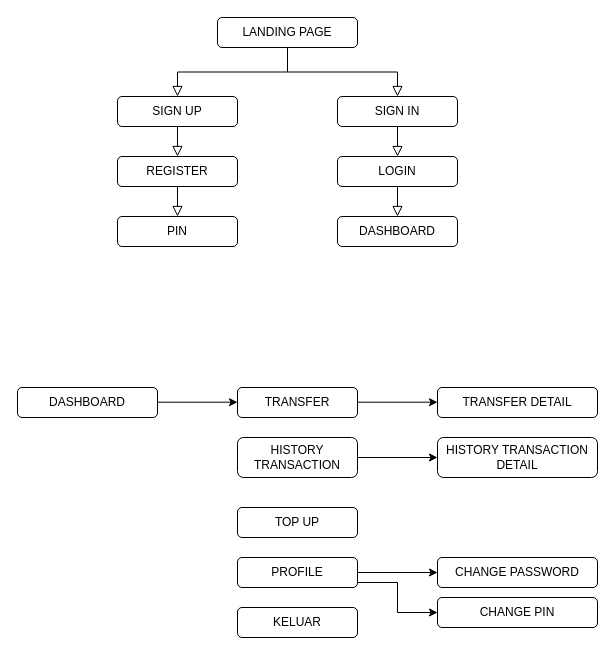
Before: Diagram Tanpa Judul.drawio in yusufbahtiarr/ystudio, a draw.io diagram. Source tidied: cells renumbered, new cells numbered last; positions are measured from the earlier drawing's top-left corner, leaving out a move shared by most shapes. Both pictures are drawn from the tidied source at 100%, with x=0, y=0 at pixel (17, 17).
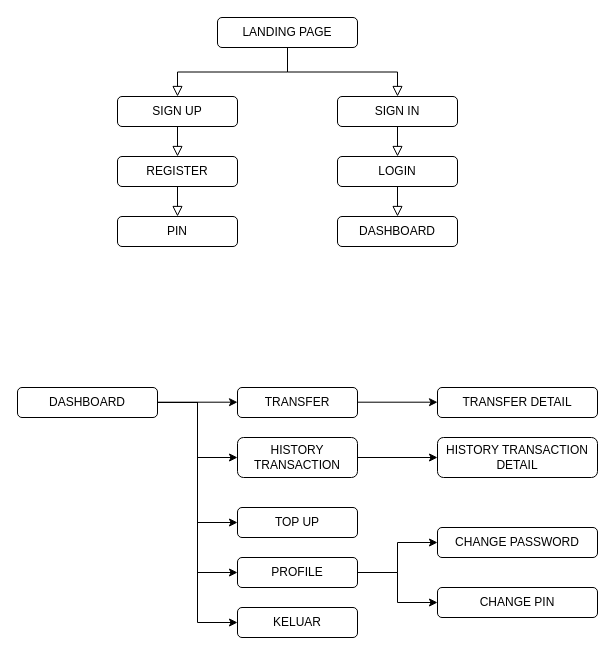
The same page after the edit.

Unchanged cells that the change refers to:
```xml
<mxCell id="15" value="DASHBOARD" style="rounded=1;whiteSpace=wrap;html=1;fontSize=12;glass=0;strokeWidth=1;shadow=0;" parent="1" vertex="1">
  <mxGeometry y="370" width="140" height="30" as="geometry" />
</mxCell>
<mxCell id="18" value="HISTORY TRANSACTION" style="rounded=1;whiteSpace=wrap;html=1;" parent="1" vertex="1">
  <mxGeometry x="220" y="420" width="120" height="40" as="geometry" />
</mxCell>
<mxCell id="19" value="TOP UP" style="rounded=1;whiteSpace=wrap;html=1;" parent="1" vertex="1">
  <mxGeometry x="220" y="490" width="120" height="30" as="geometry" />
</mxCell>
<mxCell id="21" value="PROFILE" style="rounded=1;whiteSpace=wrap;html=1;" parent="1" vertex="1">
  <mxGeometry x="220" y="540" width="120" height="30" as="geometry" />
</mxCell>
<mxCell id="22" value="KELUAR" style="rounded=1;whiteSpace=wrap;html=1;" parent="1" vertex="1">
  <mxGeometry x="220" y="590" width="120" height="30" as="geometry" />
</mxCell>
```

Change to the diagram source:
```diff
@@
     <mxCell id="24" value="CHANGE PASSWORD" style="whiteSpace=wrap;html=1;rounded=1;" parent="1" vertex="1">
-      <mxGeometry x="420" y="540" width="160" height="30" as="geometry" />
+      <mxGeometry x="420" y="510" width="160" height="30" as="geometry" />
     </mxCell>
     <mxCell id="25" value="CHANGE PIN" style="whiteSpace=wrap;html=1;rounded=1;" parent="1" vertex="1">
-      <mxGeometry x="420" y="580" width="160" height="30" as="geometry" />
+      <mxGeometry x="420" y="570" width="160" height="30" as="geometry" />
     </mxCell>
     <mxCell id="26" style="edgeStyle=orthogonalEdgeStyle;rounded=0;jettySize=auto;html=1;exitX=1;exitY=0.5;exitDx=0;exitDy=0;entryX=0;entryY=0.5;entryDx=0;entryDy=0;" parent="1" edge="1" source="21" target="25">
       <mxGeometry relative="1" as="geometry">
         <Array as="points">
-          <mxPoint x="340" y="565" />
-          <mxPoint x="380" y="565" />
-          <mxPoint x="380" y="595" />
+          <mxPoint x="380" y="555" />
+          <mxPoint x="380" y="585" />
         </Array>
       </mxGeometry>
     </mxCell>
@@
+    <mxCell id="30" style="edgeStyle=orthogonalEdgeStyle;rounded=0;jettySize=auto;html=1;entryX=0;entryY=0.5;entryDx=0;entryDy=0;exitX=1;exitY=0.5;exitDx=0;exitDy=0;" parent="1" edge="1" source="15" target="18">
+      <mxGeometry relative="1" as="geometry" />
+    </mxCell>
+    <mxCell id="31" style="edgeStyle=orthogonalEdgeStyle;rounded=0;jettySize=auto;html=1;entryX=0;entryY=0.5;entryDx=0;entryDy=0;exitX=1;exitY=0.5;exitDx=0;exitDy=0;" parent="1" edge="1" source="15" target="19">
+      <mxGeometry relative="1" as="geometry" />
+    </mxCell>
+    <mxCell id="32" style="edgeStyle=orthogonalEdgeStyle;rounded=0;jettySize=auto;html=1;entryX=0;entryY=0.5;entryDx=0;entryDy=0;exitX=1;exitY=0.5;exitDx=0;exitDy=0;" parent="1" edge="1" source="15" target="21">
+      <mxGeometry relative="1" as="geometry" />
+    </mxCell>
+    <mxCell id="33" style="edgeStyle=orthogonalEdgeStyle;rounded=0;jettySize=auto;html=1;entryX=0;entryY=0.5;entryDx=0;entryDy=0;exitX=1;exitY=0.5;exitDx=0;exitDy=0;" parent="1" edge="1" source="15" target="22">
+      <mxGeometry relative="1" as="geometry" />
+    </mxCell>
```
